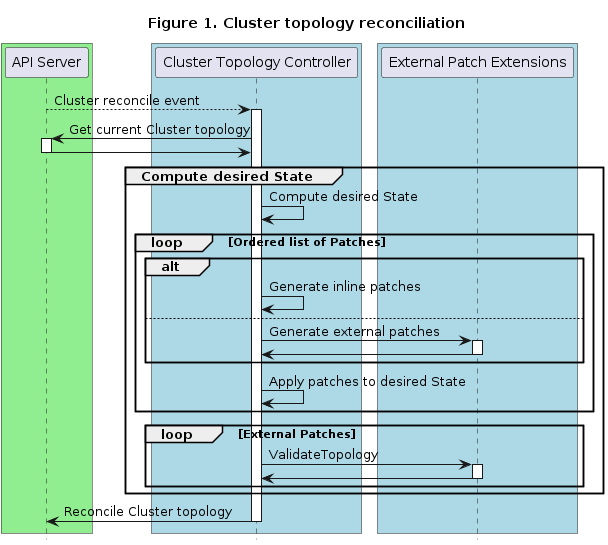
Before: docs/book/src/images/runtime-sdk-topology-mutation.png, a diagram exported from PlantUML (kubernetes-sigs/cluster-api). The source it was exported from:
```plantuml
@startuml
title Figure 1. Cluster topology reconciliation



box #LightGreen
participant "API Server"
end box

box #LightBlue
participant "Cluster Topology Controller"
end box

box #LightBlue
participant "External Patch Extensions"
end box


"API Server" --> "Cluster Topology Controller": Cluster reconcile event
activate "Cluster Topology Controller"

"Cluster Topology Controller" -> "API Server": Get current Cluster topology
activate "API Server"
"API Server" -> "Cluster Topology Controller":
deactivate "API Server"

group Compute desired State
  "Cluster Topology Controller" -> "Cluster Topology Controller": Compute desired State
  loop Ordered list of Patches
    alt
      "Cluster Topology Controller" -> "Cluster Topology Controller": Generate inline patches
    else
      "Cluster Topology Controller" -> "External Patch Extensions": Generate external patches
      activate "External Patch Extensions"
      "External Patch Extensions" -> "Cluster Topology Controller":
      deactivate "External Patch Extensions"
    end
    "Cluster Topology Controller" -> "Cluster Topology Controller": Apply patches to desired State
  end loop

  loop External Patches
    "Cluster Topology Controller" -> "External Patch Extensions": ValidateTopology
    activate "External Patch Extensions"
    "External Patch Extensions" -> "Cluster Topology Controller":
    deactivate "External Patch Extensions"
  end loop
end group

"Cluster Topology Controller" -> "API Server": Reconcile Cluster topology

deactivate "Cluster Topology Controller"

hide footbox
@enduml
```
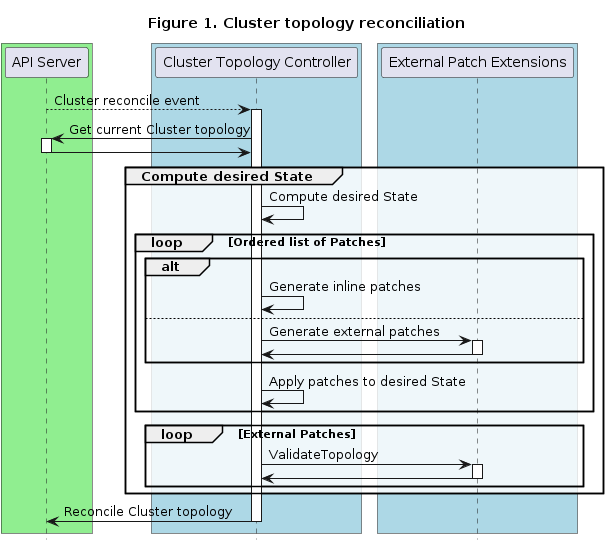
Later version of the same file.

What changed in the source:
```diff
@@ -24,7 +24,7 @@
 "API Server" -> "Cluster Topology Controller":
 deactivate "API Server"
 
-group Compute desired State
+group #FFFFFFCC Compute desired State
   "Cluster Topology Controller" -> "Cluster Topology Controller": Compute desired State
   loop Ordered list of Patches
     alt
```
